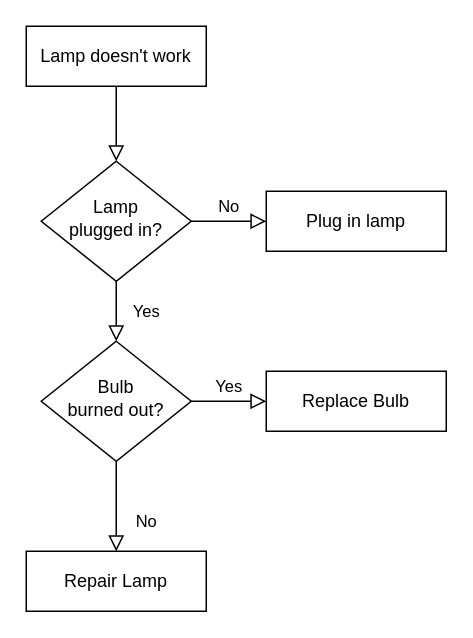
Earlier version of the draw.io diagram source/notes/hexo/flowchart.drawio (calfzhou/gocalf.com). Source tidied: cells renumbered, new cells numbered last; positions are measured from the earlier drawing's top-left corner, leaving out a move shared by most shapes. Both pictures are drawn from the tidied source at 150%, with x=0, y=0 at pixel (26, 26).
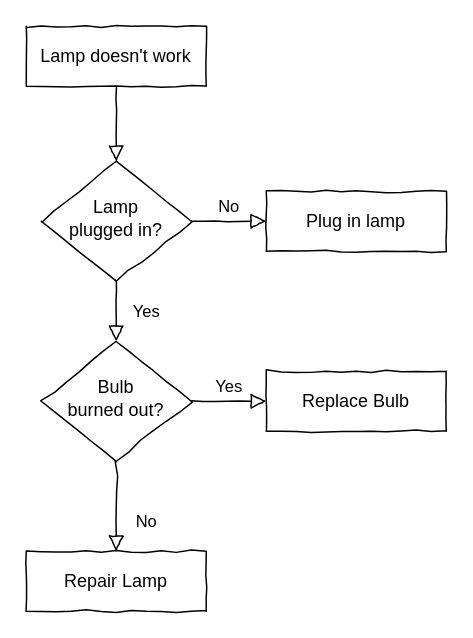
The same page after the edit.

The edit, as a diff of the source:
```diff
@@
 <mxGraphModel>
   <root>
     <mxCell id="0" />
     <mxCell id="1" parent="0" />
-    <mxCell id="2" style="rounded=0;html=1;jettySize=auto;fontSize=11;endArrow=block;endFill=0;endSize=8;strokeWidth=1;shadow=0;labelBackgroundColor=none;edgeStyle=orthogonalEdgeStyle;fontColor=default;" parent="1" edge="1" source="3" target="6">
+    <mxCell id="2" style="rounded=0;html=1;jettySize=auto;fontSize=11;endArrow=block;endFill=0;endSize=8;strokeWidth=1;shadow=0;labelBackgroundColor=none;edgeStyle=orthogonalEdgeStyle;fontColor=default;sketchStyle=comic;sketch=1;curveFitting=1;jiggle=2;" parent="1" edge="1" source="3" target="6">
       <mxGeometry relative="1" as="geometry" />
     </mxCell>
-    <mxCell id="3" value="Lamp doesn't work" style="rounded=0;whiteSpace=wrap;html=1;fontSize=12;glass=0;strokeWidth=1;shadow=0;labelBackgroundColor=none;" parent="1" vertex="1">
+    <mxCell id="3" value="Lamp doesn't work" style="rounded=0;whiteSpace=wrap;html=1;fontSize=12;glass=0;strokeWidth=1;shadow=0;labelBackgroundColor=none;sketchStyle=comic;sketch=1;curveFitting=1;jiggle=2;" parent="1" vertex="1">
       <mxGeometry width="120" height="40" as="geometry" />
     </mxCell>
-    <mxCell id="4" value="Yes" style="rounded=0;html=1;jettySize=auto;fontSize=11;endArrow=block;endFill=0;endSize=8;strokeWidth=1;shadow=0;labelBackgroundColor=none;edgeStyle=orthogonalEdgeStyle;fontColor=default;" parent="1" edge="1" source="6" target="10">
+    <mxCell id="4" value="Yes" style="rounded=0;html=1;jettySize=auto;fontSize=11;endArrow=block;endFill=0;endSize=8;strokeWidth=1;shadow=0;labelBackgroundColor=none;edgeStyle=orthogonalEdgeStyle;fontColor=default;sketchStyle=comic;sketch=1;curveFitting=1;jiggle=2;" parent="1" edge="1" source="6" target="10">
       <mxGeometry y="20" relative="1" as="geometry" />
     </mxCell>
-    <mxCell id="5" value="No" style="edgeStyle=orthogonalEdgeStyle;rounded=0;html=1;jettySize=auto;fontSize=11;endArrow=block;endFill=0;endSize=8;strokeWidth=1;shadow=0;labelBackgroundColor=none;fontColor=default;" parent="1" edge="1" source="6" target="7">
+    <mxCell id="5" value="No" style="edgeStyle=orthogonalEdgeStyle;rounded=0;html=1;jettySize=auto;fontSize=11;endArrow=block;endFill=0;endSize=8;strokeWidth=1;shadow=0;labelBackgroundColor=none;fontColor=default;sketchStyle=comic;sketch=1;curveFitting=1;jiggle=2;" parent="1" edge="1" source="6" target="7">
       <mxGeometry y="10" relative="1" as="geometry" />
     </mxCell>
-    <mxCell id="6" value="Lamp&lt;br&gt;plugged in?" style="rhombus;whiteSpace=wrap;html=1;shadow=0;fontFamily=Helvetica;fontSize=12;align=center;strokeWidth=1;spacing=6;spacingTop=-4;labelBackgroundColor=none;rounded=0;" parent="1" vertex="1">
+    <mxCell id="6" value="Lamp&lt;br&gt;plugged in?" style="rhombus;whiteSpace=wrap;html=1;shadow=0;fontFamily=Helvetica;fontSize=12;align=center;strokeWidth=1;spacing=6;spacingTop=-4;labelBackgroundColor=none;rounded=0;sketchStyle=comic;sketch=1;curveFitting=1;jiggle=2;" parent="1" vertex="1">
       <mxGeometry x="10" y="90" width="100" height="80" as="geometry" />
     </mxCell>
-    <mxCell id="7" value="Plug in lamp" style="rounded=0;whiteSpace=wrap;html=1;fontSize=12;glass=0;strokeWidth=1;shadow=0;labelBackgroundColor=none;" parent="1" vertex="1">
+    <mxCell id="7" value="Plug in lamp" style="rounded=0;whiteSpace=wrap;html=1;fontSize=12;glass=0;strokeWidth=1;shadow=0;labelBackgroundColor=none;sketchStyle=comic;sketch=1;curveFitting=1;jiggle=2;" parent="1" vertex="1">
       <mxGeometry x="160" y="110" width="120" height="40" as="geometry" />
     </mxCell>
-    <mxCell id="8" value="No" style="rounded=0;html=1;jettySize=auto;fontSize=11;endArrow=block;endFill=0;endSize=8;strokeWidth=1;shadow=0;labelBackgroundColor=none;edgeStyle=orthogonalEdgeStyle;fontColor=default;" parent="1" edge="1" source="10" target="11">
+    <mxCell id="8" value="No" style="rounded=0;html=1;jettySize=auto;fontSize=11;endArrow=block;endFill=0;endSize=8;strokeWidth=1;shadow=0;labelBackgroundColor=none;edgeStyle=orthogonalEdgeStyle;fontColor=default;sketchStyle=comic;sketch=1;curveFitting=1;jiggle=2;" parent="1" edge="1" source="10" target="11">
       <mxGeometry x="0.33" y="20" relative="1" as="geometry" />
     </mxCell>
-    <mxCell id="9" value="Yes" style="edgeStyle=orthogonalEdgeStyle;rounded=0;html=1;jettySize=auto;fontSize=11;endArrow=block;endFill=0;endSize=8;strokeWidth=1;shadow=0;labelBackgroundColor=none;fontColor=default;" parent="1" edge="1" source="10" target="12">
+    <mxCell id="9" value="Yes" style="edgeStyle=orthogonalEdgeStyle;rounded=0;html=1;jettySize=auto;fontSize=11;endArrow=block;endFill=0;endSize=8;strokeWidth=1;shadow=0;labelBackgroundColor=none;fontColor=default;sketchStyle=comic;sketch=1;curveFitting=1;jiggle=2;" parent="1" edge="1" source="10" target="12">
       <mxGeometry y="10" relative="1" as="geometry" />
     </mxCell>
-    <mxCell id="10" value="Bulb&lt;br&gt;burned out?" style="rhombus;whiteSpace=wrap;html=1;shadow=0;fontFamily=Helvetica;fontSize=12;align=center;strokeWidth=1;spacing=6;spacingTop=-4;labelBackgroundColor=none;rounded=0;" parent="1" vertex="1">
+    <mxCell id="10" value="Bulb&lt;br&gt;burned out?" style="rhombus;whiteSpace=wrap;html=1;shadow=0;fontFamily=Helvetica;fontSize=12;align=center;strokeWidth=1;spacing=6;spacingTop=-4;labelBackgroundColor=none;rounded=0;sketchStyle=comic;sketch=1;curveFitting=1;jiggle=2;" parent="1" vertex="1">
       <mxGeometry x="10" y="210" width="100" height="80" as="geometry" />
     </mxCell>
-    <mxCell id="11" value="Repair Lamp" style="rounded=0;whiteSpace=wrap;html=1;fontSize=12;glass=0;strokeWidth=1;shadow=0;labelBackgroundColor=none;" parent="1" vertex="1">
+    <mxCell id="11" value="Repair Lamp" style="rounded=0;whiteSpace=wrap;html=1;fontSize=12;glass=0;strokeWidth=1;shadow=0;labelBackgroundColor=none;sketchStyle=comic;sketch=1;curveFitting=1;jiggle=2;" parent="1" vertex="1">
       <mxGeometry y="350" width="120" height="40" as="geometry" />
     </mxCell>
-    <mxCell id="12" value="Replace Bulb" style="rounded=0;whiteSpace=wrap;html=1;fontSize=12;glass=0;strokeWidth=1;shadow=0;labelBackgroundColor=none;" parent="1" vertex="1">
+    <mxCell id="12" value="Replace Bulb" style="rounded=0;whiteSpace=wrap;html=1;fontSize=12;glass=0;strokeWidth=1;shadow=0;labelBackgroundColor=none;sketchStyle=comic;sketch=1;curveFitting=1;jiggle=2;" parent="1" vertex="1">
       <mxGeometry x="160" y="230" width="120" height="40" as="geometry" />
     </mxCell>
   </root>
 </mxGraphModel>
```
